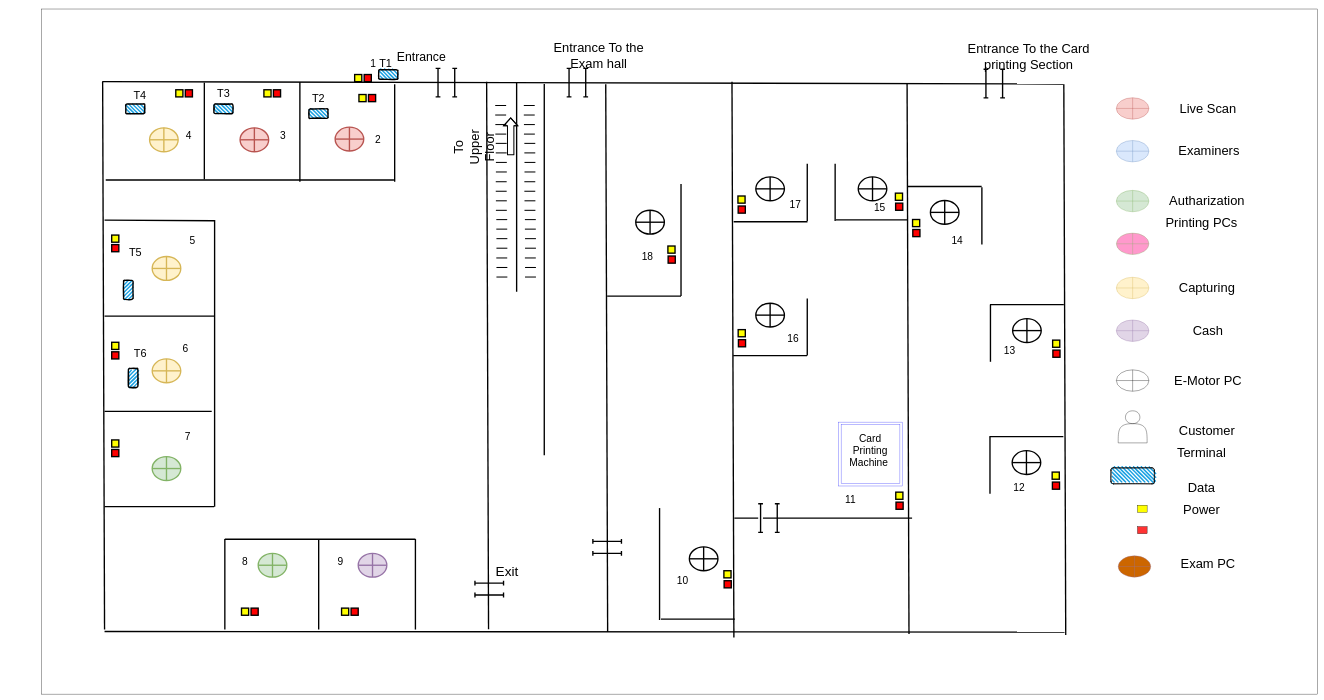
The draw.io diagram anuradhapura_ground.drawio in thushan-harshajeewa/dmt-diagrams, before the edit. Source tidied: cells renumbered, new cells numbered last; positions are measured from the earlier drawing's top-left corner, leaving out a move shared by most shapes. Both pictures are drawn from the tidied source at 34%, with x=0, y=0 at pixel (41, 9).
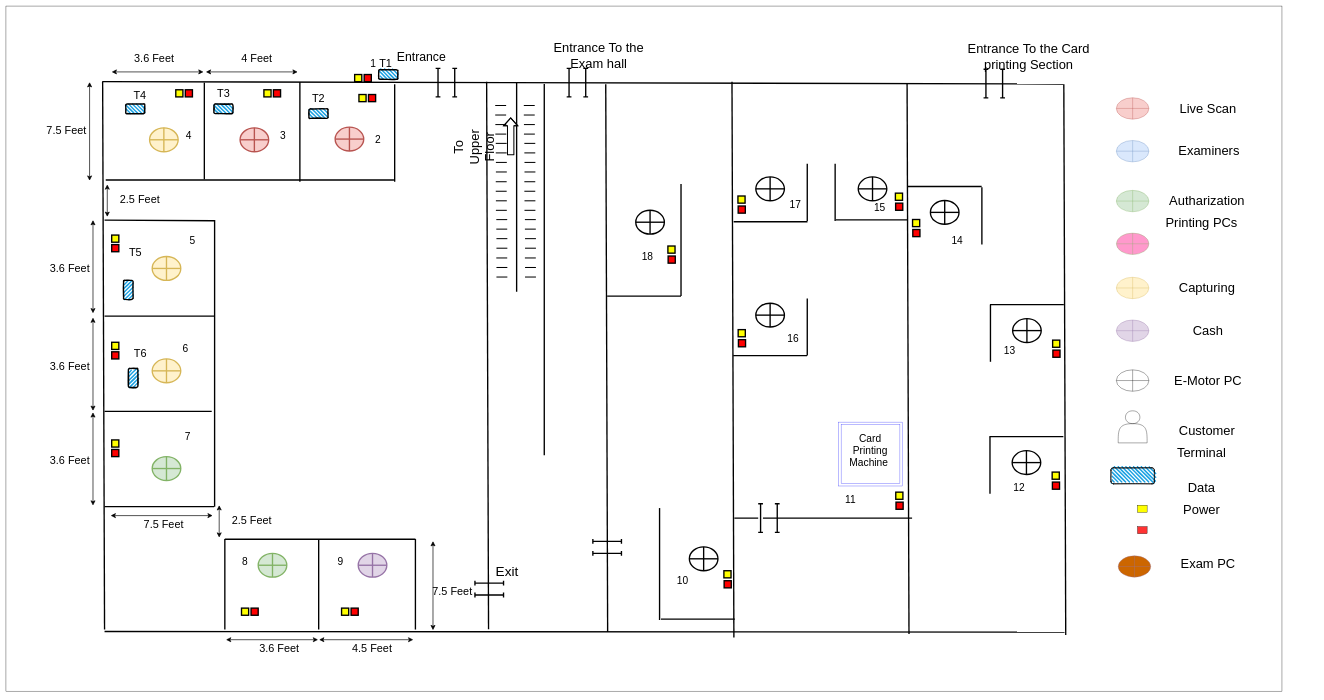
After the change.

The edit, as a diff of the source:
```diff
@@
     <mxCell id="2" style="rounded=0;whiteSpace=wrap;html=1;" parent="1" vertex="1">
-      <mxGeometry width="3753" height="2015" as="geometry" />
+      <mxGeometry x="-105" y="-8.7" width="3753" height="2015" as="geometry" />
     </mxCell>
@@
+    <mxCell id="214" style="endArrow=classic;startArrow=classic;html=1;endSize=10;startSize=10;strokeWidth=2;" parent="1" edge="1">
+      <mxGeometry relative="1" as="geometry">
+        <mxPoint x="483" y="185" as="sourcePoint" />
+        <mxPoint x="753" y="185" as="targetPoint" />
+      </mxGeometry>
+    </mxCell>
+    <mxCell id="215" style="endArrow=classic;startArrow=classic;html=1;endSize=10;startSize=10;strokeWidth=2;" parent="1" edge="1">
+      <mxGeometry relative="1" as="geometry">
+        <mxPoint x="206" y="185" as="sourcePoint" />
+        <mxPoint x="476" y="185" as="targetPoint" />
+      </mxGeometry>
+    </mxCell>
+    <mxCell id="216" value="&lt;font style=&quot;font-size: 32px;&quot;&gt;4 Feet&lt;/font&gt;" style="text;html=1;align=center;verticalAlign=middle;whiteSpace=wrap;rounded=0;strokeWidth=4;" parent="1" vertex="1">
+      <mxGeometry x="562.6" y="135" width="140.4" height="21" as="geometry" />
+    </mxCell>
+    <mxCell id="217" value="&lt;font style=&quot;font-size: 32px;&quot;&gt;3.6 Feet&lt;/font&gt;" style="text;html=1;align=center;verticalAlign=middle;whiteSpace=wrap;rounded=0;strokeWidth=4;" parent="1" vertex="1">
+      <mxGeometry x="261" y="135" width="140.4" height="21" as="geometry" />
+    </mxCell>
+    <mxCell id="218" style="endArrow=classic;startArrow=classic;html=1;endSize=10;startSize=10;strokeWidth=2;" parent="1" edge="1">
+      <mxGeometry relative="1" as="geometry">
+        <mxPoint x="141" y="505" as="sourcePoint" />
+        <mxPoint x="141" y="215" as="targetPoint" />
+      </mxGeometry>
+    </mxCell>
+    <mxCell id="219" value="&lt;font style=&quot;font-size: 32px;&quot;&gt;7.5 Feet&lt;/font&gt;" style="text;html=1;align=center;verticalAlign=middle;whiteSpace=wrap;rounded=0;strokeWidth=4;" parent="1" vertex="1">
+      <mxGeometry x="3" y="347.5" width="140.4" height="21" as="geometry" />
+    </mxCell>
+    <mxCell id="220" style="endArrow=classic;startArrow=classic;html=1;endSize=10;startSize=10;strokeWidth=2;" parent="1" edge="1">
+      <mxGeometry relative="1" as="geometry">
+        <mxPoint x="151" y="895" as="sourcePoint" />
+        <mxPoint x="151" y="620.8" as="targetPoint" />
+      </mxGeometry>
+    </mxCell>
+    <mxCell id="221" value="&lt;font style=&quot;font-size: 32px;&quot;&gt;3.6 Feet&lt;/font&gt;" style="text;html=1;align=center;verticalAlign=middle;whiteSpace=wrap;rounded=0;strokeWidth=4;" parent="1" vertex="1">
+      <mxGeometry x="13" y="753.3" width="140.4" height="21" as="geometry" />
+    </mxCell>
+    <mxCell id="222" style="endArrow=classic;startArrow=classic;html=1;endSize=10;startSize=10;strokeWidth=2;" parent="1" edge="1">
+      <mxGeometry relative="1" as="geometry">
+        <mxPoint x="151" y="1181.8" as="sourcePoint" />
+        <mxPoint x="151" y="907.6" as="targetPoint" />
+      </mxGeometry>
+    </mxCell>
+    <mxCell id="223" value="&lt;font style=&quot;font-size: 32px;&quot;&gt;3.6 Feet&lt;/font&gt;" style="text;html=1;align=center;verticalAlign=middle;whiteSpace=wrap;rounded=0;strokeWidth=4;" parent="1" vertex="1">
+      <mxGeometry x="13" y="1040.1" width="140.4" height="21" as="geometry" />
+    </mxCell>
+    <mxCell id="224" style="endArrow=classic;startArrow=classic;html=1;endSize=10;startSize=10;strokeWidth=2;" parent="1" edge="1">
+      <mxGeometry relative="1" as="geometry">
+        <mxPoint x="151" y="1460.4" as="sourcePoint" />
+        <mxPoint x="151" y="1186.2" as="targetPoint" />
+      </mxGeometry>
+    </mxCell>
+    <mxCell id="225" value="&lt;font style=&quot;font-size: 32px;&quot;&gt;3.6 Feet&lt;/font&gt;" style="text;html=1;align=center;verticalAlign=middle;whiteSpace=wrap;rounded=0;strokeWidth=4;" parent="1" vertex="1">
+      <mxGeometry x="13" y="1318.7" width="140.4" height="21" as="geometry" />
+    </mxCell>
+    <mxCell id="226" style="endArrow=classic;startArrow=classic;html=1;endSize=10;startSize=10;strokeWidth=2;" parent="1" edge="1">
+      <mxGeometry relative="1" as="geometry">
+        <mxPoint x="193" y="611.3" as="sourcePoint" />
+        <mxPoint x="193" y="516" as="targetPoint" />
+      </mxGeometry>
+    </mxCell>
+    <mxCell id="227" value="&lt;font style=&quot;font-size: 32px;&quot;&gt;2.5 Feet&lt;/font&gt;" style="text;html=1;align=center;verticalAlign=middle;whiteSpace=wrap;rounded=0;strokeWidth=4;" parent="1" vertex="1">
+      <mxGeometry x="219.2" y="550" width="140.4" height="21" as="geometry" />
+    </mxCell>
+    <mxCell id="228" value="&lt;font style=&quot;font-size: 32px;&quot;&gt;2.5 Feet&lt;/font&gt;" style="text;html=1;align=center;verticalAlign=middle;whiteSpace=wrap;rounded=0;strokeWidth=4;" parent="1" vertex="1">
+      <mxGeometry x="548.3" y="1493.4" width="140.4" height="21" as="geometry" />
+    </mxCell>
+    <mxCell id="229" style="endArrow=classic;startArrow=classic;html=1;endSize=10;startSize=10;strokeWidth=2;" parent="1" edge="1">
+      <mxGeometry relative="1" as="geometry">
+        <mxPoint x="522.2" y="1554.7" as="sourcePoint" />
+        <mxPoint x="522.2" y="1459.4" as="targetPoint" />
+      </mxGeometry>
+    </mxCell>
+    <mxCell id="230" style="endArrow=classic;startArrow=classic;html=1;endSize=10;startSize=10;strokeWidth=2;" parent="1" edge="1">
+      <mxGeometry relative="1" as="geometry">
+        <mxPoint x="503" y="1490" as="sourcePoint" />
+        <mxPoint x="203" y="1490" as="targetPoint" />
+      </mxGeometry>
+    </mxCell>
+    <mxCell id="231" value="&lt;font style=&quot;font-size: 32px;&quot;&gt;7.5 Feet&lt;/font&gt;" style="text;html=1;align=center;verticalAlign=middle;whiteSpace=wrap;rounded=0;strokeWidth=4;" parent="1" vertex="1">
+      <mxGeometry x="289.4" y="1505.3" width="140.4" height="21" as="geometry" />
+    </mxCell>
+    <mxCell id="232" style="endArrow=classic;startArrow=classic;html=1;endSize=10;startSize=10;strokeWidth=2;" parent="1" edge="1">
+      <mxGeometry relative="1" as="geometry">
+        <mxPoint x="813" y="1855" as="sourcePoint" />
+        <mxPoint x="542.2" y="1855" as="targetPoint" />
+      </mxGeometry>
+    </mxCell>
+    <mxCell id="233" value="&lt;font style=&quot;font-size: 32px;&quot;&gt;3.6 Feet&lt;/font&gt;" style="text;html=1;align=center;verticalAlign=middle;whiteSpace=wrap;rounded=0;strokeWidth=4;" parent="1" vertex="1">
+      <mxGeometry x="628.6" y="1870.3" width="140.4" height="21" as="geometry" />
+    </mxCell>
+    <mxCell id="234" style="endArrow=classic;startArrow=classic;html=1;endSize=10;startSize=10;strokeWidth=2;" parent="1" edge="1">
+      <mxGeometry relative="1" as="geometry">
+        <mxPoint x="1093" y="1855" as="sourcePoint" />
+        <mxPoint x="816" y="1855" as="targetPoint" />
+      </mxGeometry>
+    </mxCell>
+    <mxCell id="235" value="&lt;font style=&quot;font-size: 32px;&quot;&gt;4.5 Feet&lt;/font&gt;" style="text;html=1;align=center;verticalAlign=middle;whiteSpace=wrap;rounded=0;strokeWidth=4;" parent="1" vertex="1">
+      <mxGeometry x="902.4" y="1870.3" width="140.4" height="21" as="geometry" />
+    </mxCell>
+    <mxCell id="236" style="endArrow=classic;startArrow=classic;html=1;endSize=10;startSize=10;strokeWidth=2;" parent="1" edge="1">
+      <mxGeometry relative="1" as="geometry">
+        <mxPoint x="1151" y="1827" as="sourcePoint" />
+        <mxPoint x="1151" y="1565" as="targetPoint" />
+      </mxGeometry>
+    </mxCell>
+    <mxCell id="237" value="&lt;font style=&quot;font-size: 32px;&quot;&gt;7.5 Feet&lt;/font&gt;" style="text;html=1;align=center;verticalAlign=middle;whiteSpace=wrap;rounded=0;strokeWidth=4;" parent="1" vertex="1">
+      <mxGeometry x="1137.7" y="1702.5" width="140.4" height="21" as="geometry" />
+    </mxCell>
```
